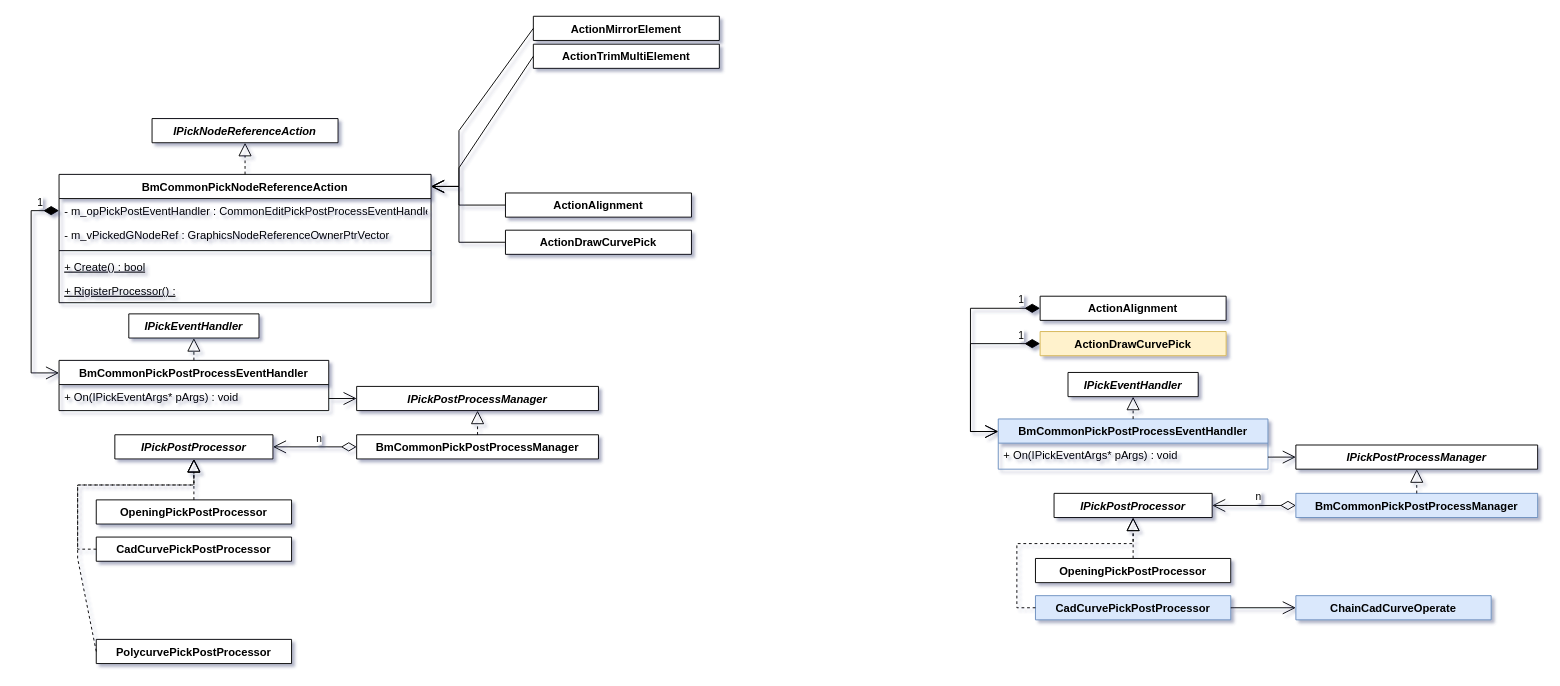
Before: page "Scheme 1" (1 of 3) of ChainPickCadCurve.drawio in Sean-Xu-Code/cpp, a draw.io diagram. Source tidied: cells renumbered, new cells numbered last; positions are measured from the earlier drawing's top-left corner, leaving out a move shared by most shapes. Both pictures are drawn from the tidied source at 93%, with x=0, y=0 at pixel (31, 16).
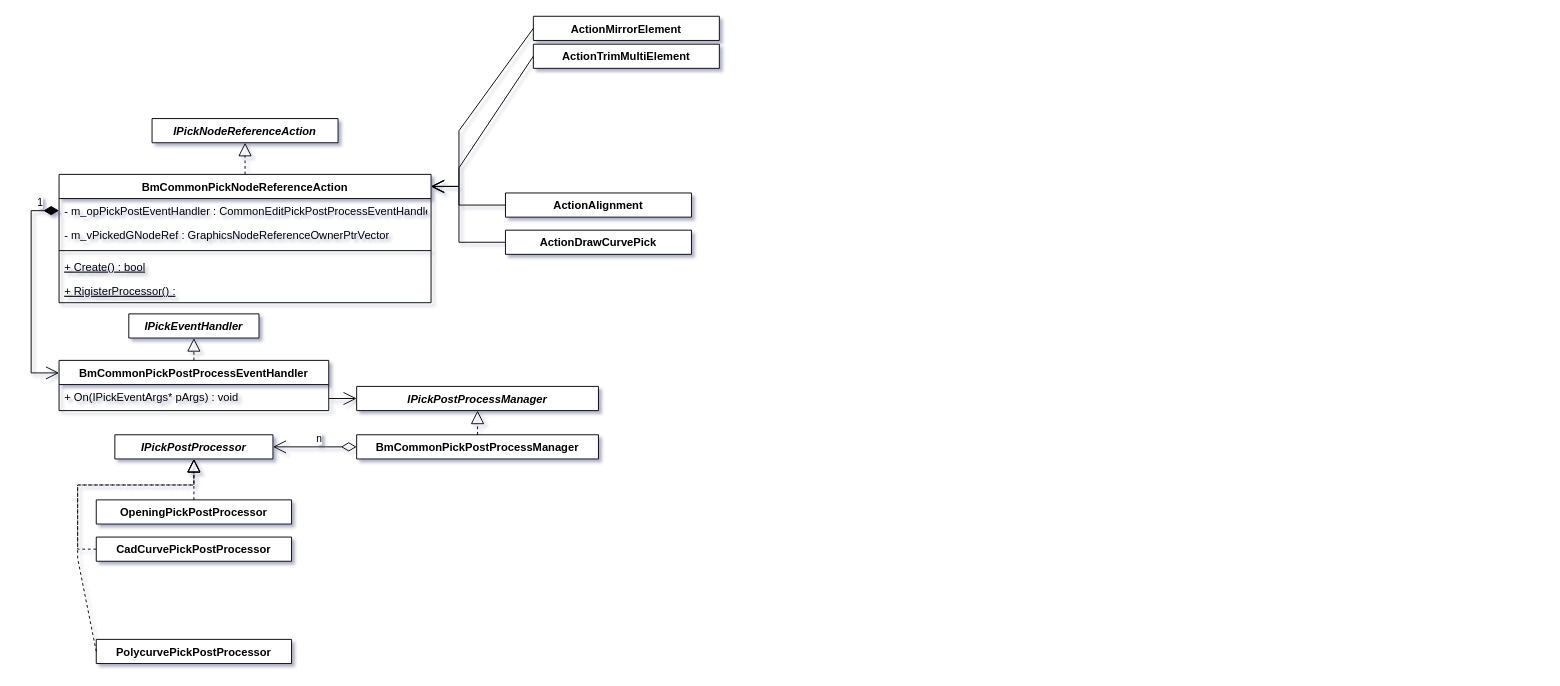
After the change.

The edit, as a diff of the source:
```diff
@@
-    <mxCell id="35" value="IPickPostProcessor" style="swimlane;fontStyle=3;align=center;verticalAlign=top;horizontal=1;startSize=26;rounded=0;shadow=0;strokeWidth=1;" parent="1" vertex="1" collapsed="1">
-      <mxGeometry x="1099.9" y="513" width="170" height="26" as="geometry" />
-    </mxCell>
-    <mxCell id="36" value="IPickPostProcessManager" style="swimlane;fontStyle=3;align=center;verticalAlign=top;horizontal=1;startSize=26;rounded=0;shadow=0;strokeWidth=1;" parent="1" vertex="1" collapsed="1">
-      <mxGeometry x="1359.9" y="461" width="260" height="26" as="geometry" />
-    </mxCell>
-    <mxCell id="37" value="IPickEventHandler" style="swimlane;fontStyle=3;align=center;verticalAlign=top;horizontal=1;startSize=26;" parent="1" vertex="1" collapsed="1">
-      <mxGeometry x="1114.9" y="383" width="140" height="26" as="geometry" />
-    </mxCell>
-    <mxCell id="38" value="BmCommonPickPostProcessEventHandler" style="swimlane;fontStyle=1;align=center;verticalAlign=top;horizontal=1;startSize=26;rounded=0;shadow=0;strokeWidth=1;fillColor=#dae8fc;strokeColor=#6c8ebf;" parent="1" vertex="1">
-      <mxGeometry x="1039.9" y="433" width="290" height="54" as="geometry" />
-    </mxCell>
-    <mxCell id="39" value="+ On(IPickEventArgs* pArgs) : void" style="text;align=left;verticalAlign=top;spacingLeft=4;spacingRight=4;overflow=hidden;" parent="38" vertex="1">
-      <mxGeometry y="26" width="290" height="26" as="geometry" />
-    </mxCell>
-    <mxCell id="40" style="endArrow=block;dashed=1;endFill=0;endSize=12;html=1;rounded=0;entryX=0.5;entryY=1;entryDx=0;entryDy=0;exitX=0.5;exitY=0;exitDx=0;exitDy=0;" parent="1" edge="1" source="38" target="37">
-      <mxGeometry relative="1" as="geometry" />
-    </mxCell>
-    <mxCell id="41" value="OpeningPickPostProcessor" style="swimlane;fontStyle=1;align=center;verticalAlign=top;horizontal=1;startSize=26;rounded=0;shadow=0;strokeWidth=1;" parent="1" vertex="1" collapsed="1">
-      <mxGeometry x="1079.9" y="583" width="210" height="26" as="geometry" />
-    </mxCell>
-    <mxCell id="42" value="CadCurvePickPostProcessor" style="swimlane;fontStyle=1;align=center;verticalAlign=top;horizontal=1;startSize=26;rounded=0;shadow=0;strokeWidth=1;fillColor=#dae8fc;strokeColor=#6c8ebf;" parent="1" vertex="1" collapsed="1">
-      <mxGeometry x="1079.9" y="623" width="210" height="26" as="geometry" />
-    </mxCell>
-    <mxCell id="43" style="endArrow=block;dashed=1;endFill=0;endSize=12;html=1;rounded=0;entryX=0.5;entryY=1;entryDx=0;entryDy=0;exitX=0.5;exitY=0;exitDx=0;exitDy=0;" parent="1" edge="1" source="41" target="35">
-      <mxGeometry relative="1" as="geometry" />
-    </mxCell>
-    <mxCell id="44" style="endArrow=block;dashed=1;endFill=0;endSize=12;html=1;rounded=0;entryX=0.5;entryY=1;entryDx=0;entryDy=0;exitX=0;exitY=0.5;exitDx=0;exitDy=0;" parent="1" edge="1" source="42" target="35">
-      <mxGeometry relative="1" as="geometry">
-        <Array as="points">
-          <mxPoint x="1059.9" y="636" />
-          <mxPoint x="1059.9" y="567" />
-          <mxPoint x="1184.9" y="567" />
-        </Array>
-      </mxGeometry>
-    </mxCell>
-    <mxCell id="45" value="BmCommonPickPostProcessManager" style="swimlane;fontStyle=1;align=center;verticalAlign=top;horizontal=1;startSize=26;rounded=0;shadow=0;strokeWidth=1;fillColor=#dae8fc;strokeColor=#6c8ebf;" parent="1" vertex="1" collapsed="1">
-      <mxGeometry x="1359.9" y="513" width="260" height="26" as="geometry" />
-    </mxCell>
-    <mxCell id="46" style="endArrow=block;dashed=1;endFill=0;endSize=12;html=1;rounded=0;entryX=0.5;entryY=1;entryDx=0;entryDy=0;exitX=0.5;exitY=0;exitDx=0;exitDy=0;" parent="1" edge="1" source="45" target="36">
-      <mxGeometry relative="1" as="geometry" />
-    </mxCell>
-    <mxCell id="47" style="endArrow=open;endFill=1;endSize=12;html=1;rounded=0;entryX=0;entryY=0.5;entryDx=0;entryDy=0;" parent="1" edge="1" target="36">
-      <mxGeometry relative="1" as="geometry">
-        <mxPoint x="1329.9" y="474" as="sourcePoint" />
-      </mxGeometry>
-    </mxCell>
-    <mxCell id="48" value="n" style="endArrow=open;html=1;endSize=12;startArrow=diamondThin;startSize=14;startFill=0;edgeStyle=orthogonalEdgeStyle;align=left;verticalAlign=bottom;rounded=0;entryX=1;entryY=0.5;entryDx=0;entryDy=0;exitX=0;exitY=0.5;exitDx=0;exitDy=0;" parent="1" edge="1" source="45" target="35">
-      <mxGeometry relative="1" as="geometry" />
-    </mxCell>
-    <mxCell id="49" value="1" style="endArrow=open;html=1;endSize=12;startArrow=diamondThin;startSize=14;startFill=1;edgeStyle=orthogonalEdgeStyle;align=left;verticalAlign=bottom;rounded=0;entryX=0;entryY=0.25;entryDx=0;entryDy=0;exitX=0;exitY=0.5;exitDx=0;exitDy=0;" parent="1" edge="1" source="51" target="38">
-      <mxGeometry x="-0.79" relative="1" as="geometry">
-        <Array as="points">
-          <mxPoint x="1010" y="314" />
-          <mxPoint x="1010" y="446" />
-        </Array>
-      </mxGeometry>
-    </mxCell>
-    <mxCell id="50" value="ActionDrawCurvePick" style="swimlane;fontStyle=1;align=center;verticalAlign=top;horizontal=1;startSize=26;rounded=0;shadow=0;strokeWidth=1;fillColor=#fff2cc;strokeColor=#d6b656;" parent="1" vertex="1" collapsed="1">
-      <mxGeometry x="1084.9" y="339" width="200" height="26" as="geometry" />
-    </mxCell>
-    <mxCell id="51" value="ActionAlignment" style="swimlane;fontStyle=1;align=center;verticalAlign=top;horizontal=1;startSize=26;rounded=0;shadow=0;strokeWidth=1;" parent="1" vertex="1" collapsed="1">
-      <mxGeometry x="1084.9" y="301" width="200" height="26" as="geometry" />
-    </mxCell>
-    <mxCell id="52" value="1" style="endArrow=open;html=1;endSize=12;startArrow=diamondThin;startSize=14;startFill=1;edgeStyle=orthogonalEdgeStyle;align=left;verticalAlign=bottom;rounded=0;entryX=0;entryY=0.25;entryDx=0;entryDy=0;exitX=0;exitY=0.5;exitDx=0;exitDy=0;" parent="1" edge="1" source="50" target="38">
-      <mxGeometry x="-0.75" relative="1" as="geometry">
-        <Array as="points">
-          <mxPoint x="1010" y="352" />
-          <mxPoint x="1010" y="446" />
-        </Array>
-      </mxGeometry>
-    </mxCell>
-    <mxCell id="53" value="ChainCadCurveOperate" style="swimlane;fontStyle=1;align=center;verticalAlign=top;horizontal=1;startSize=26;rounded=0;shadow=0;strokeWidth=1;fillColor=#dae8fc;strokeColor=#6c8ebf;" parent="1" vertex="1" collapsed="1">
-      <mxGeometry x="1359.9" y="623" width="210" height="26" as="geometry" />
-    </mxCell>
-    <mxCell id="54" style="endArrow=open;endFill=1;endSize=12;html=1;rounded=0;exitX=1;exitY=0.5;exitDx=0;exitDy=0;entryX=0;entryY=0.5;entryDx=0;entryDy=0;" parent="1" edge="1" source="42" target="53">
-      <mxGeometry relative="1" as="geometry" />
-    </mxCell>
```
